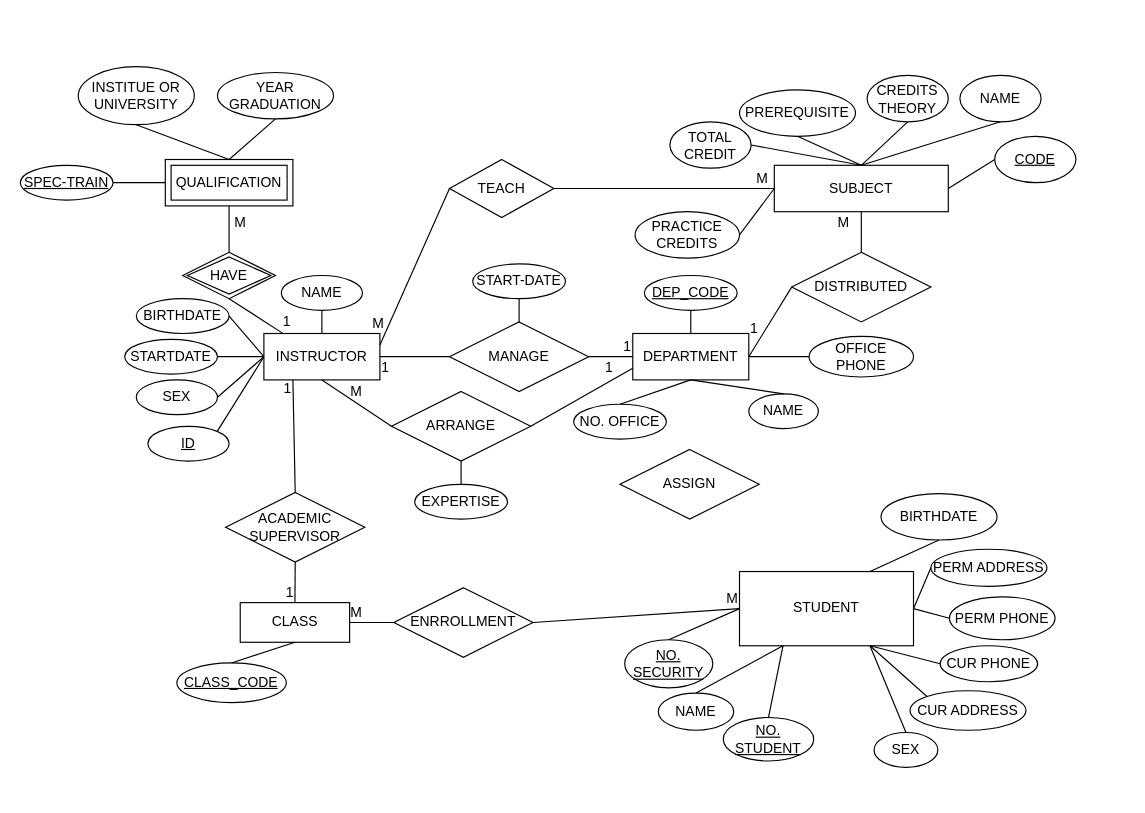
Phong004/DBI202 keeps this draw.io diagram as page "Page-1" (1 of 2) of Excercise/SE184915_NguyenHoangThanhPhong_Lab3.drawio. Above is the earlier version. Source tidied: cells renumbered, new cells numbered last; positions are measured from the earlier drawing's top-left corner, leaving out a move shared by most shapes. Both pictures are drawn from the tidied source at 116%, with x=0, y=0 at pixel (20, 20).
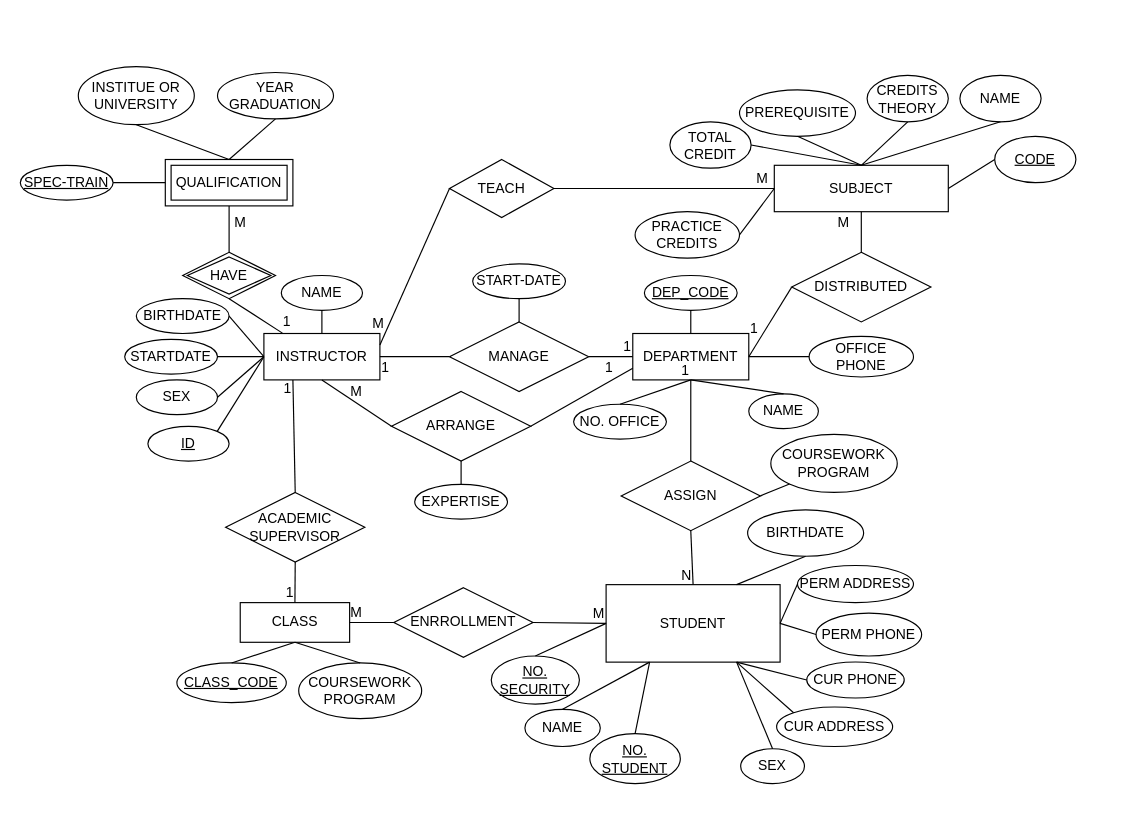
Above is the later version.

Unchanged cells that the change refers to:
```xml
<mxCell id="3" value="DEPARTMENT" style="rounded=0;whiteSpace=wrap;html=1;" parent="2" vertex="1">
  <mxGeometry x="30" y="50" width="100" height="40" as="geometry" />
</mxCell>
<mxCell id="75" value="CLASS" style="whiteSpace=wrap;html=1;align=center;" parent="74" vertex="1">
  <mxGeometry x="56.6" width="94.3" height="34.2" as="geometry" />
</mxCell>
```

Change to the diagram source:
```diff
@@
     <mxCell id="74" style="group;" parent="1" vertex="1">
-      <mxGeometry x="133" y="502" width="309" height="94" as="geometry" />
+      <mxGeometry x="133" y="502" width="309" height="100" as="geometry" />
     </mxCell>
@@
+    <mxCell id="112" value="COURSEWORK&lt;div&gt;PROGRAM&lt;/div&gt;" style="ellipse;whiteSpace=wrap;html=1;align=center;" parent="74" vertex="1">
+      <mxGeometry x="107" y="52" width="106" height="48" as="geometry" />
+    </mxCell>
+    <mxCell id="113" style="endArrow=none;html=1;rounded=0;exitX=0.5;exitY=1;exitDx=0;exitDy=0;entryX=0.5;entryY=0;entryDx=0;entryDy=0;" parent="74" edge="1" source="75" target="112">
+      <mxGeometry relative="1" as="geometry" />
+    </mxCell>
@@
     <mxCell id="88" style="group;" parent="1" vertex="1">
-      <mxGeometry x="521" y="419" width="431" height="225" as="geometry" />
+      <mxGeometry x="406" y="433" width="431" height="225" as="geometry" />
     </mxCell>
     <mxCell id="89" value="STUDENT" style="whiteSpace=wrap;html=1;align=center;" parent="88" vertex="1">
-      <mxGeometry x="99" y="56.2" width="150" height="64" as="geometry" />
+      <mxGeometry x="99" y="53.5" width="150" height="66.8" as="geometry" />
     </mxCell>
@@
     <mxCell id="91" value="&lt;u&gt;NO. STUDENT&lt;/u&gt;" style="ellipse;whiteSpace=wrap;html=1;align=center;" parent="88" vertex="1">
-      <mxGeometry x="85" y="182" width="78" height="37.5" as="geometry" />
+      <mxGeometry x="85" y="182" width="78" height="43" as="geometry" />
     </mxCell>
@@
     <mxCell id="111" value="ASSIGN" style="shape=rhombus;perimeter=rhombusPerimeter;whiteSpace=wrap;html=1;align=center;" parent="1" vertex="1">
-      <mxGeometry x="517" y="370" width="120" height="60" as="geometry" />
+      <mxGeometry x="518" y="380" width="120" height="60" as="geometry" />
     </mxCell>
+    <mxCell id="114" style="endArrow=none;html=1;rounded=0;entryX=0.5;entryY=1;entryDx=0;entryDy=0;exitX=0.5;exitY=0;exitDx=0;exitDy=0;" parent="1" edge="1" source="111" target="3">
+      <mxGeometry relative="1" as="geometry" />
+    </mxCell>
+    <mxCell id="115" value="1" style="html=1;whiteSpace=wrap;align=right;verticalAlign=bottom;" parent="114" vertex="1">
+      <mxGeometry x="1" relative="1" as="geometry" />
+    </mxCell>
+    <mxCell id="116" style="endArrow=none;html=1;rounded=0;entryX=0.5;entryY=0;entryDx=0;entryDy=0;exitX=0.5;exitY=1;exitDx=0;exitDy=0;" parent="1" edge="1" source="111" target="89">
+      <mxGeometry relative="1" as="geometry" />
+    </mxCell>
+    <mxCell id="117" value="N" style="html=1;whiteSpace=wrap;align=right;verticalAlign=bottom;" parent="116" vertex="1">
+      <mxGeometry x="1" relative="1" as="geometry" />
+    </mxCell>
+    <mxCell id="118" value="COURSEWORK PROGRAM" style="ellipse;whiteSpace=wrap;html=1;align=center;" parent="1" vertex="1">
+      <mxGeometry x="647" y="357" width="109" height="50" as="geometry" />
+    </mxCell>
+    <mxCell id="119" style="endArrow=none;html=1;rounded=0;entryX=0;entryY=1;entryDx=0;entryDy=0;exitX=1;exitY=0.5;exitDx=0;exitDy=0;" parent="1" edge="1" source="111" target="118">
+      <mxGeometry relative="1" as="geometry" />
+    </mxCell>
```
